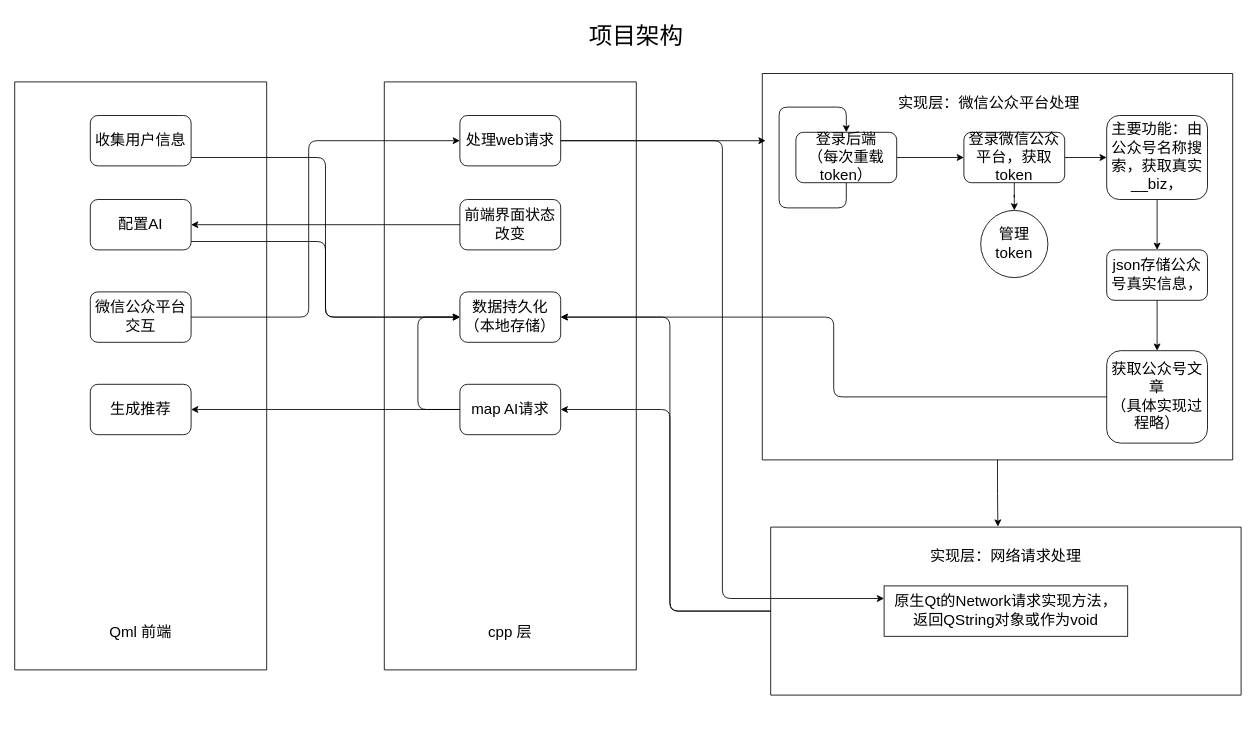
Before: 项目架构.drawio in AkirTech/NKU_InFollows, a draw.io diagram. Source tidied: cells renumbered, new cells numbered last; positions are measured from the earlier drawing's top-left corner, leaving out a move shared by most shapes. Both pictures are drawn from the tidied source at 84%, with x=0, y=0 at pixel (14, 14).
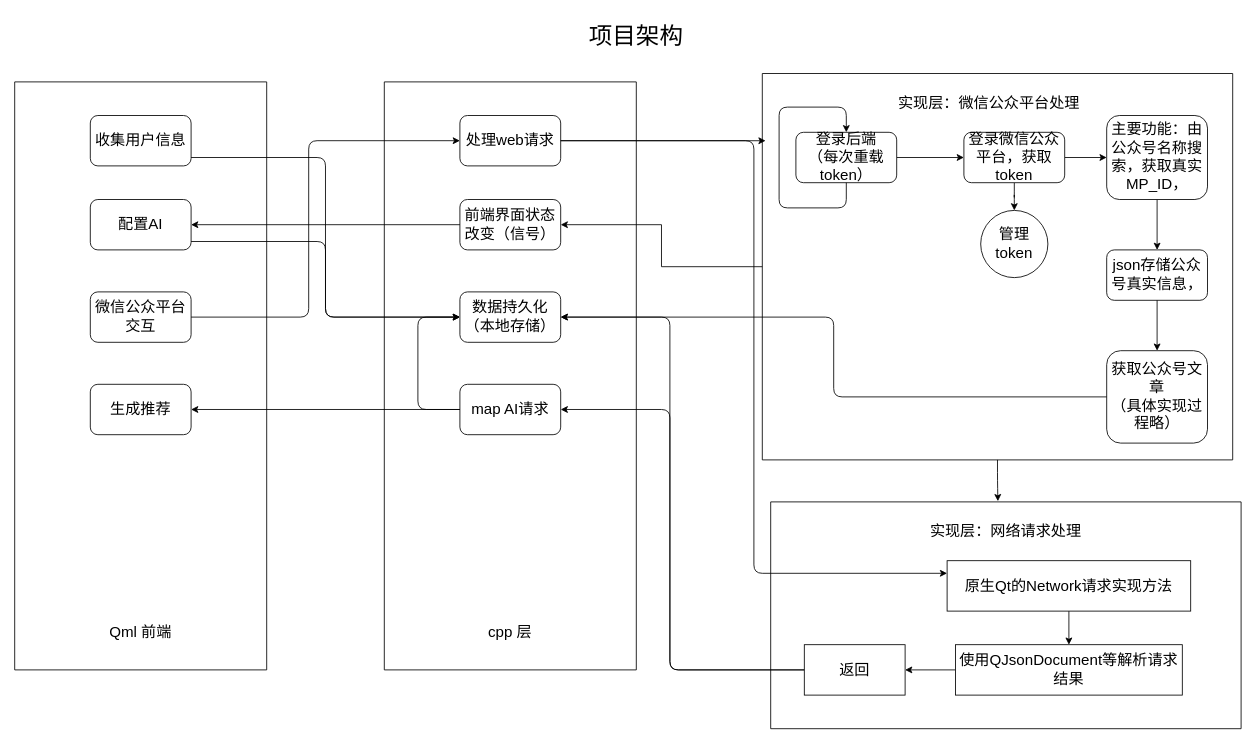
Above is the later version.

The change refers to these unchanged cells:
```xml
<mxCell id="9" style="swimlane;startSize=0;rounded=1;fontSize=18;" parent="1" vertex="1">
  <mxGeometry x="440" y="80" width="300" height="700" as="geometry" />
</mxCell>
<mxCell id="13" value="数据持久化&lt;div&gt;（本地存储）&lt;/div&gt;" style="rounded=1;whiteSpace=wrap;html=1;fontSize=18;" parent="9" vertex="1">
  <mxGeometry x="90" y="250" width="120" height="60" as="geometry" />
</mxCell>
<mxCell id="15" value="map AI请求" style="rounded=1;whiteSpace=wrap;html=1;fontSize=18;" parent="9" vertex="1">
  <mxGeometry x="90" y="360" width="120" height="60" as="geometry" />
</mxCell>
<mxCell id="16" style="swimlane;startSize=0;rounded=1;fontSize=18;" parent="1" vertex="1">
  <mxGeometry x="890" y="70" width="560" height="460" as="geometry" />
</mxCell>
```

What changed in the source:
```diff
@@
-    <mxCell id="12" value="前端界面状态改变" style="rounded=1;whiteSpace=wrap;html=1;fontSize=18;" parent="9" vertex="1">
+    <mxCell id="12" value="前端界面状态改变（信号）" style="rounded=1;whiteSpace=wrap;html=1;fontSize=18;" parent="9" vertex="1">
       <mxGeometry x="90" y="140" width="120" height="60" as="geometry" />
     </mxCell>
@@
+    <mxCell id="44" style="edgeStyle=orthogonalEdgeStyle;rounded=0;jettySize=auto;html=1;" parent="1" edge="1" source="16" target="12">
+      <mxGeometry relative="1" as="geometry" />
+    </mxCell>
@@
-    <mxCell id="25" value="主要功能：由公众号名称搜索，获取真实__biz，" style="rounded=1;whiteSpace=wrap;html=1;fontSize=18;" parent="16" vertex="1">
+    <mxCell id="25" value="主要功能：由公众号名称搜索，获取真实MP_ID，" style="rounded=1;whiteSpace=wrap;html=1;fontSize=18;" parent="16" vertex="1">
       <mxGeometry x="410" y="50" width="120" height="100" as="geometry" />
     </mxCell>
@@
-    <mxCell id="31" style="edgeStyle=orthogonalEdgeStyle;rounded=1;jettySize=auto;html=1;entryX=1;entryY=0.5;entryDx=0;entryDy=0;fontSize=18;" parent="1" edge="1" source="32" target="15">
+    <mxCell id="31" style="edgeStyle=orthogonalEdgeStyle;rounded=1;jettySize=auto;html=1;entryX=1;entryY=0.5;entryDx=0;entryDy=0;fontSize=18;exitX=0;exitY=0.5;exitDx=0;exitDy=0;" parent="1" edge="1" source="48" target="15">
       <mxGeometry relative="1" as="geometry">
         <Array as="points">
-          <mxPoint x="780" y="710" />
+          <mxPoint x="780" y="780" />
           <mxPoint x="780" y="470" />
         </Array>
       </mxGeometry>
     </mxCell>
     <mxCell id="32" style="swimlane;startSize=0;rounded=1;fontSize=18;" parent="1" vertex="1">
-      <mxGeometry x="900" y="610" width="560" height="200" as="geometry" />
+      <mxGeometry x="900" y="580" width="560" height="270" as="geometry" />
     </mxCell>
@@
+    <mxCell id="45" style="edgeStyle=orthogonalEdgeStyle;rounded=0;jettySize=auto;html=1;" parent="32" edge="1" source="34" target="47">
+      <mxGeometry relative="1" as="geometry" />
+    </mxCell>
-    <mxCell id="34" value="原生Qt的Network请求实现方法，&lt;div&gt;返回QString对象或作为void&lt;/div&gt;" style="rounded=0;whiteSpace=wrap;html=1;fontSize=18;" parent="32" vertex="1">
-      <mxGeometry x="135" y="70" width="290" height="60" as="geometry" />
+    <mxCell id="34" value="原生Qt的Network请求实现方法" style="rounded=0;whiteSpace=wrap;html=1;fontSize=18;" parent="32" vertex="1">
+      <mxGeometry x="210" y="70" width="290" height="60" as="geometry" />
     </mxCell>
+    <mxCell id="46" style="edgeStyle=orthogonalEdgeStyle;rounded=0;jettySize=auto;html=1;" parent="32" edge="1" source="47" target="48">
+      <mxGeometry relative="1" as="geometry" />
+    </mxCell>
+    <mxCell id="47" value="使用QJsonDocument等解析请求结果" style="whiteSpace=wrap;html=1;fontSize=18;rounded=0;" parent="32" vertex="1">
+      <mxGeometry x="220" y="170" width="270" height="60" as="geometry" />
+    </mxCell>
+    <mxCell id="48" value="返回" style="whiteSpace=wrap;html=1;fontSize=18;rounded=0;" parent="32" vertex="1">
+      <mxGeometry x="40" y="170" width="120" height="60" as="geometry" />
+    </mxCell>
@@
-    <mxCell id="43" style="edgeStyle=orthogonalEdgeStyle;rounded=1;jettySize=auto;html=1;entryX=1;entryY=0.5;entryDx=0;entryDy=0;fontSize=18;exitX=0;exitY=0.5;exitDx=0;exitDy=0;" parent="1" edge="1" source="32" target="13">
+    <mxCell id="43" style="edgeStyle=orthogonalEdgeStyle;rounded=1;jettySize=auto;html=1;entryX=1;entryY=0.5;entryDx=0;entryDy=0;fontSize=18;exitX=0;exitY=0.5;exitDx=0;exitDy=0;" parent="1" edge="1" source="48" target="13">
       <mxGeometry relative="1" as="geometry">
         <Array as="points">
-          <mxPoint x="780" y="710" />
+          <mxPoint x="780" y="780" />
           <mxPoint x="780" y="360" />
         </Array>
       </mxGeometry>
     </mxCell>
```
